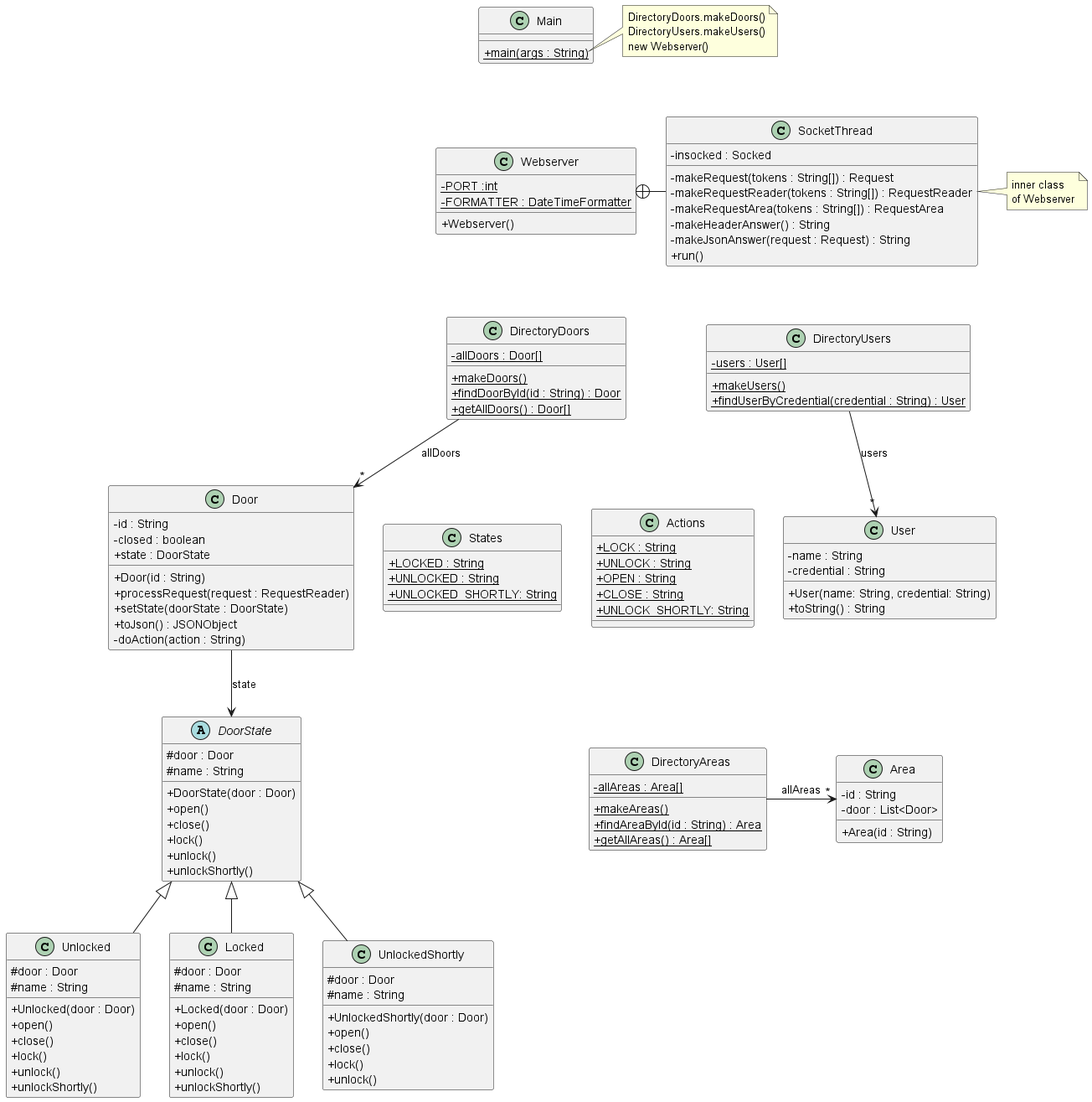
Earlier version of the PlantUML export src/baseNoStates/uml/base_no_states.png (MC4MP02/ACS).
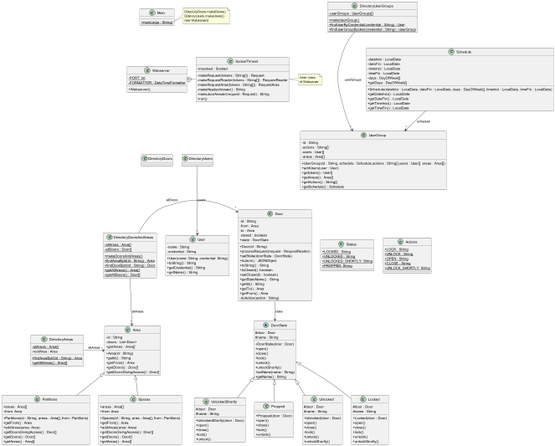
The same diagram one commit later.

Diff of the diagram source:
```diff
@@ -24,31 +24,47 @@
 of Webserver
 end note
 
-class DirectoryDoors {
-- {static} allDoors : Door[]
-+ {static} makeDoors()
-+ {static} findDoorById(id : String) : Door
-+ {static} getAllDoors() : Door[]
+class DirectoryUserGroups {
+- {static} userGroups : UserGroups[]
++ {static} makeUserGroup()
++ {static} findUserByCredential(credential : String) : User
++ {static} findUserGroupByUser(credential : String) : UserGroup
 }
 
-DirectoryDoors --> "*" Door : "allDoors"
+class UserGroup {
+- id : String
+- actions : String[]
+- users : User[]
+- areas : Area[]
++ UserGroup(id : String, schedule : Schedule,actions : String[],users : User[], areas : Area[])
++ addUsers(user : User)
++ getUsers() : User[]
++ getAreas() : Area[]
++ getActions() : String[]
++ getSchedule() : Schedule
 
-class DirectoryUsers {
-- {static} users : User[]
-+ {static} makeUsers()
-+ {static} findUserByCredential(credential : String) : User
 }
-
+DirectoryUserGroups --> "*" UserGroup : "userGroups"
 DirectoryUsers --> "*" User : "users"
+Schedule --> "*" UserGroup : schedule
 
 class Door {
 - id : String
+- from : Area
+- to : Area
 - closed : boolean
 + state : DoorState
 + Door(id : String)
 + processRequest(request : RequestReader)
 + setState(doorState : DoorState)
 + toJson() : JSONObject
++ toString() : String
++ isClosed() :boolean
++ setClosed(b : boolean)
++ getStateName() : String
++ getId() : String
++ getTo() : Area
++ getFrom() : Area
 - doAction(action : String)
 }
 
@@ -61,6 +77,8 @@
 + lock()
 + unlock()
 + unlockShortly()
++ setName(name : String)
++ getName() : String
 }
 
 class Unlocked extends DoorState {
@@ -99,6 +117,7 @@
 + {static} LOCKED : String
 + {static} UNLOCKED : String
 + {static} UNLOCKED_SHORTLY: String
++ {static} PROPPED: String
 }
 
 class Actions {
@@ -114,25 +133,86 @@
 - credential : String
 + User(name: String, credential: String)
 + toString() : String
++ getCredential() : String
++ getName() : String
 }
 
 
 class Area {
 - id : String
-- door : List<Door>
+- doors : List<Door>
 + Area(id : String)
++ getId() : String
++ {abstract} getFrom() : Area
++ {abstract} getDoors() : Door[]
++ {abstract} getDoorsGivingAccess() : Door[]
++ {abstract} getAreas : Area[]
 }
 
+class Partitions extends Area {
++ areas : Area[]
++ from: Area
++ Partitions(id : String, areas : Area[], from : Partitions)
++ getFrom() : Area
++ addAreas(area: Area)
++ getDoorsGivingAccess() : Door[]
++ getDoors() : Door[]
++ getAreas() : Area[]
+}
 
+class Propped extends DoorState {
++ Propped(door : Door)
++ open()
++ close()
++ lock()
++ unlock()
+}
+
+class Schedule {
+- dateInici : LocalDate
+- dateFin : LocalDate
+- timeInici : LocalDate
+- timeFin : LocalDate
+- days : DayOfWeek[]
++ Schedule(dateInici : LocalDate, dateFin : LocalDate, days : DayOfWeek[], timeInici : LocalDate, timeFin : LocalDate)
++ getDateInici() : LocalDate
++ getDateFin() : LocalDate
++ getTimeInici() : LocalDate
++ getTimeFin() : LocalDate
++ getDays : DayOfWeek[]
+}
+
+class Spaces extends Area {
++ areas : Area[]
++ from: Area
++ Spaces(id : String, area : Area[], from : Partitions)
++  getFrom() : Area
++ addAreas(area: Area)
++ getDoorsGivingAccess() : Door[]
++ getDoors() : Door[]
++ getAreas() : Area[]
+}
 
 class DirectoryAreas {
 - {static} allAreas : Area[]
-+ {static} makeAreas()
+- rootArea : Area
 + {static} findAreaById(id : String) : Area
 + {static} getAllAreas() : Area[]
 }
 
 DirectoryAreas --> "*" Area : "allAreas"
+
+class DirectoryDoorsAndAreas {
+- {static} allAreas : Area[]
+- {static} allDoors : Door[]
++ {static} makeDoorsAndAreas()
++ {static} findAreaById(id : String) : Area
++ {static} findDoorById(id : String) : Door
++ {static} getAllAreas() : Area[]
++ {static} getAllDoors() : Door[]
+}
+DirectoryDoorsAndAreas --> "*" Area : "allAreas"
+DirectoryDoorsAndAreas --> "*" Door : "allDoors"
 
 
 class Main {
@@ -141,10 +221,12 @@
 
 note right of Main::main
 DirectoryDoors.makeDoors()
-DirectoryUsers.makeUsers()
+DiretoryUsers.makeUsers()
 new Webserver()
 end note
 
+DirectoryUserGroups -[hidden]down- Schedule
+DirectoryDoorsAndAreas -[hidden]left- Door
 DirectoryAreas -[hidden]right- Area
 Area -[hidden]up- User
 Main -[hidden]down- Webserver
```
